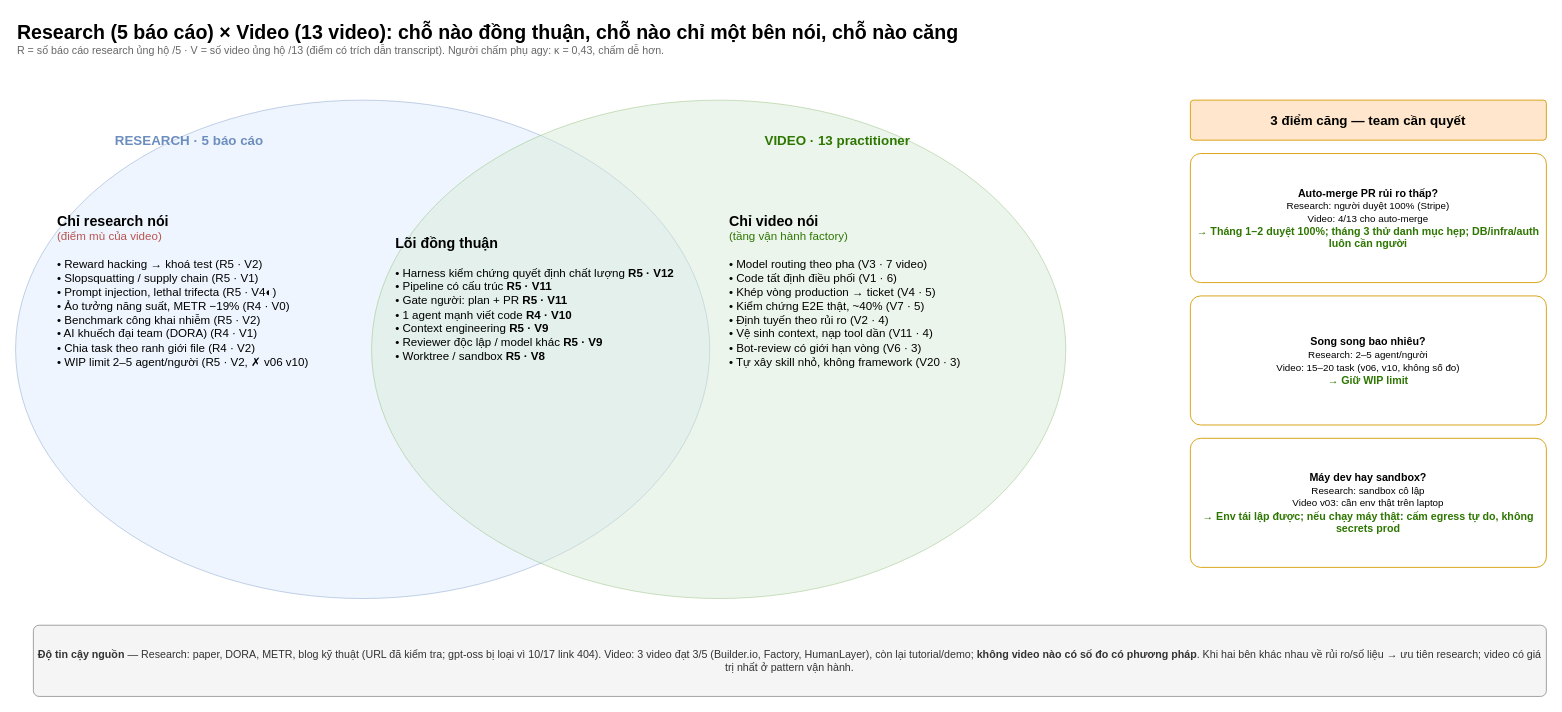
Earlier version of the draw.io diagram page "4. Bản đồ đồng thuận" (4 of 5) of diagrams/software-factory.drawio (tinhthanh/software-factory-research). Source tidied: cells renumbered, new cells numbered last; positions are measured from the earlier drawing's top-left corner, leaving out a move shared by most shapes. Both pictures are drawn from the tidied source at 89%, with x=0, y=0 at pixel (15, 15).
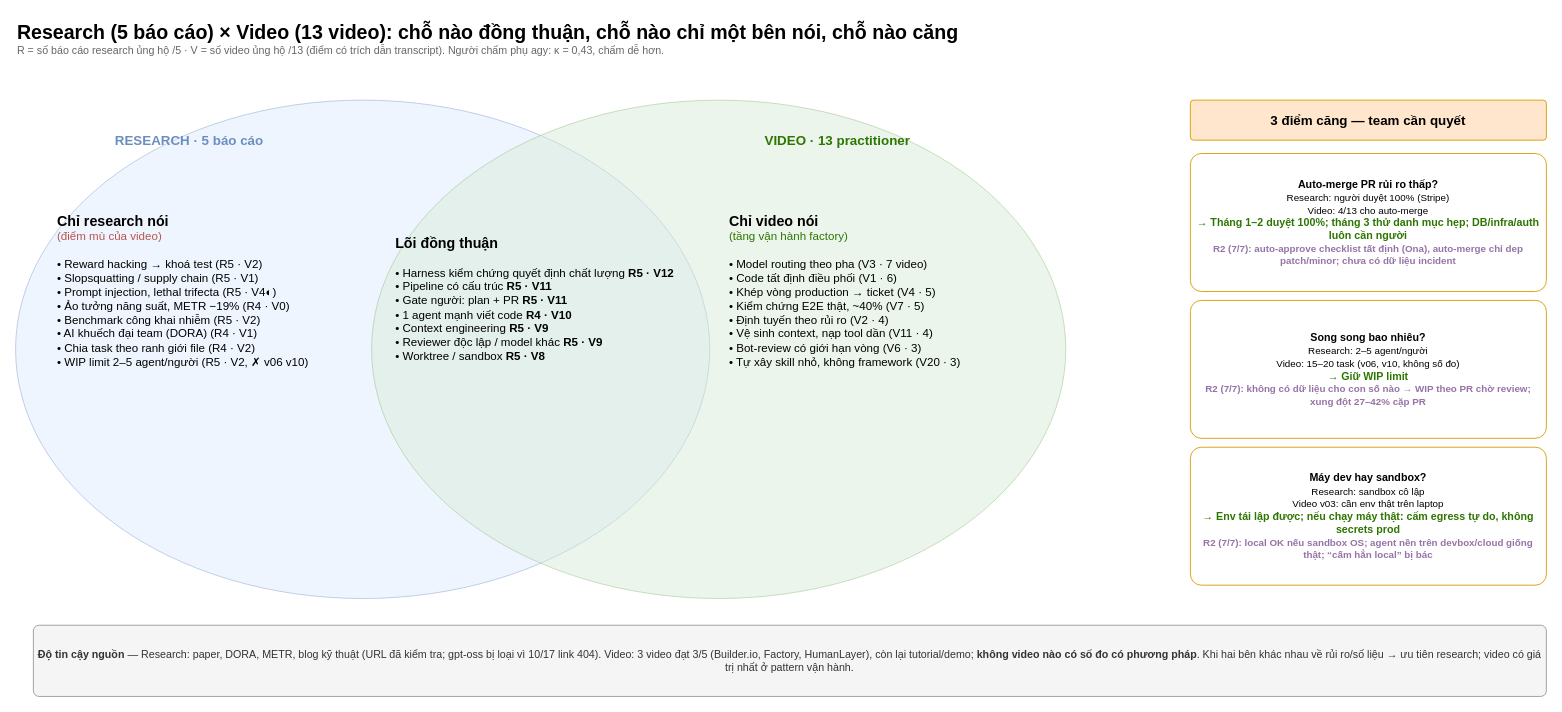
After the change.

The edit, as a diff of the source:
```diff
@@
 <mxGraphModel>
   <root>
     <mxCell id="0" />
     <mxCell id="1" parent="0" />
     <mxCell id="2" value="&lt;b style='font-size:22px'&gt;Research (5 báo cáo) × Video (13 video): chỗ nào đồng thuận, chỗ nào chỉ một bên nói, chỗ nào căng&lt;/b&gt;&lt;br&gt;&lt;span style='color:#666'&gt;R = số báo cáo research ủng hộ /5 · V = số video ủng hộ /13 (điểm có trích dẫn transcript). Người chấm phụ agy: κ = 0,43, chấm dễ hơn.&lt;/span&gt;" style="text;html=1;whiteSpace=wrap;align=left;verticalAlign=top;fontSize=12;" parent="1" vertex="1">
       <mxGeometry width="1500" height="60" as="geometry" />
     </mxCell>
     <mxCell id="3" style="ellipse;whiteSpace=wrap;html=1;fillColor=#dae8fc;strokeColor=#6c8ebf;opacity=45;" parent="1" vertex="1">
       <mxGeometry y="95" width="780" height="560" as="geometry" />
     </mxCell>
     <mxCell id="4" style="ellipse;whiteSpace=wrap;html=1;fillColor=#d5e8d4;strokeColor=#82b366;opacity=45;" parent="1" vertex="1">
       <mxGeometry x="400" y="95" width="780" height="560" as="geometry" />
     </mxCell>
     <mxCell id="5" value="&lt;b style='font-size:16px'&gt;Chỉ research nói&lt;/b&gt;&lt;br&gt;&lt;span style='color:#b85450'&gt;(điểm mù của video)&lt;/span&gt;&lt;br&gt;&lt;br&gt;• Reward hacking → khoá test (R5 · V2)&lt;br&gt;• Slopsquatting / supply chain (R5 · V1)&lt;br&gt;• Prompt injection, lethal trifecta (R5 · V4◐)&lt;br&gt;• Ảo tưởng năng suất, METR −19% (R4 · V0)&lt;br&gt;• Benchmark công khai nhiễm (R5 · V2)&lt;br&gt;• AI khuếch đại team (DORA) (R4 · V1)&lt;br&gt;• Chia task theo ranh giới file (R4 · V2)&lt;br&gt;• WIP limit 2–5 agent/người (R5 · V2, ✗ v06 v10)" style="text;html=1;whiteSpace=wrap;align=left;verticalAlign=top;fontSize=12;fontSize=13;" parent="1" vertex="1">
       <mxGeometry x="45" y="215" width="345" height="330" as="geometry" />
     </mxCell>
     <mxCell id="6" value="&lt;b style='font-size:16px'&gt;Lõi đồng thuận&lt;/b&gt;&lt;br&gt;&lt;br&gt;• Harness kiểm chứng quyết định chất lượng &lt;b&gt;R5 · V12&lt;/b&gt;&lt;br&gt;• Pipeline có cấu trúc &lt;b&gt;R5 · V11&lt;/b&gt;&lt;br&gt;• Gate người: plan + PR &lt;b&gt;R5 · V11&lt;/b&gt;&lt;br&gt;• 1 agent mạnh viết code &lt;b&gt;R4 · V10&lt;/b&gt;&lt;br&gt;• Context engineering &lt;b&gt;R5 · V9&lt;/b&gt;&lt;br&gt;• Reviewer độc lập / model khác &lt;b&gt;R5 · V9&lt;/b&gt;&lt;br&gt;• Worktree / sandbox &lt;b&gt;R5 · V8&lt;/b&gt;" style="text;html=1;whiteSpace=wrap;align=left;verticalAlign=top;fontSize=12;fontSize=13;" parent="1" vertex="1">
       <mxGeometry x="425" y="240" width="340" height="330" as="geometry" />
     </mxCell>
     <mxCell id="7" value="&lt;b style='font-size:16px'&gt;Chỉ video nói&lt;/b&gt;&lt;br&gt;&lt;span style='color:#2d7600'&gt;(tầng vận hành factory)&lt;/span&gt;&lt;br&gt;&lt;br&gt;• Model routing theo pha (V3 · 7 video)&lt;br&gt;• Code tất định điều phối (V1 · 6)&lt;br&gt;• Khép vòng production → ticket (V4 · 5)&lt;br&gt;• Kiểm chứng E2E thật, ~40% (V7 · 5)&lt;br&gt;• Định tuyến theo rủi ro (V2 · 4)&lt;br&gt;• Vệ sinh context, nạp tool dần (V11 · 4)&lt;br&gt;• Bot-review có giới hạn vòng (V6 · 3)&lt;br&gt;• Tự xây skill nhỏ, không framework (V20 · 3)" style="text;html=1;whiteSpace=wrap;align=left;verticalAlign=top;fontSize=12;fontSize=13;" parent="1" vertex="1">
       <mxGeometry x="800" y="215" width="350" height="330" as="geometry" />
     </mxCell>
     <mxCell id="8" value="&lt;b style='font-size:15px;color:#6c8ebf'&gt;RESEARCH · 5 báo cáo&lt;/b&gt;" style="text;html=1;whiteSpace=wrap;align=left;verticalAlign=top;fontSize=12;" parent="1" vertex="1">
       <mxGeometry x="110" y="125" width="250" height="30" as="geometry" />
     </mxCell>
     <mxCell id="9" value="&lt;b style='font-size:15px;color:#2d7600'&gt;VIDEO · 13 practitioner&lt;/b&gt;" style="text;html=1;whiteSpace=wrap;align=left;verticalAlign=top;fontSize=12;" parent="1" vertex="1">
       <mxGeometry x="840" y="125" width="260" height="30" as="geometry" />
     </mxCell>
     <mxCell id="10" value="&lt;b style='font-size:15px'&gt;3 điểm căng — team cần quyết&lt;/b&gt;" style="rounded=1;whiteSpace=wrap;html=1;arcSize=8;fontSize=12;spacing=6;fillColor=#ffe6cc;strokeColor=#d79b00;" parent="1" vertex="1">
       <mxGeometry x="1320" y="95" width="400" height="45" as="geometry" />
     </mxCell>
-    <mxCell id="11" value="&lt;b&gt;Auto-merge PR rủi ro thấp?&lt;/b&gt;&lt;br&gt;&lt;span style='font-size:11px'&gt;Research: người duyệt 100% (Stripe)&lt;br&gt;Video: 4/13 cho auto-merge&lt;/span&gt;&lt;br&gt;&lt;b style='color:#2d7600'&gt;→ Tháng 1–2 duyệt 100%; tháng 3 thử danh mục hẹp; DB/infra/auth luôn cần người&lt;/b&gt;" style="rounded=1;whiteSpace=wrap;html=1;arcSize=8;fontSize=12;spacing=6;fillColor=#ffffff;strokeColor=#d79b00;" parent="1" vertex="1">
-      <mxGeometry x="1320" y="155" width="400" height="145" as="geometry" />
+    <mxCell id="11" value="&lt;b&gt;Auto-merge PR rủi ro thấp?&lt;/b&gt;&lt;br&gt;&lt;span style='font-size:11px'&gt;Research: người duyệt 100% (Stripe)&lt;br&gt;Video: 4/13 cho auto-merge&lt;/span&gt;&lt;br&gt;&lt;b style='color:#2d7600'&gt;→ Tháng 1–2 duyệt 100%; tháng 3 thử danh mục hẹp; DB/infra/auth luôn cần người&lt;/b&gt;&lt;br&gt;&lt;span style='font-size:11px;color:#9673a6'&gt;&lt;b&gt;R2 (7/7): auto-approve checklist tất định (Ona), auto-merge chỉ dep patch/minor; chưa có dữ liệu incident&lt;/b&gt;&lt;/span&gt;" style="rounded=1;whiteSpace=wrap;html=1;arcSize=8;fontSize=12;spacing=6;fillColor=#ffffff;strokeColor=#d79b00;" parent="1" vertex="1">
+      <mxGeometry x="1320" y="155" width="400" height="155" as="geometry" />
     </mxCell>
-    <mxCell id="12" value="&lt;b&gt;Song song bao nhiêu?&lt;/b&gt;&lt;br&gt;&lt;span style='font-size:11px'&gt;Research: 2–5 agent/người&lt;br&gt;Video: 15–20 task (v06, v10, không số đo)&lt;/span&gt;&lt;br&gt;&lt;b style='color:#2d7600'&gt;→ Giữ WIP limit&lt;/b&gt;" style="rounded=1;whiteSpace=wrap;html=1;arcSize=8;fontSize=12;spacing=6;fillColor=#ffffff;strokeColor=#d79b00;" parent="1" vertex="1">
-      <mxGeometry x="1320" y="315" width="400" height="145" as="geometry" />
+    <mxCell id="12" value="&lt;b&gt;Song song bao nhiêu?&lt;/b&gt;&lt;br&gt;&lt;span style='font-size:11px'&gt;Research: 2–5 agent/người&lt;br&gt;Video: 15–20 task (v06, v10, không số đo)&lt;/span&gt;&lt;br&gt;&lt;b style='color:#2d7600'&gt;→ Giữ WIP limit&lt;/b&gt;&lt;br&gt;&lt;span style='font-size:11px;color:#9673a6'&gt;&lt;b&gt;R2 (7/7): không có dữ liệu cho con số nào → WIP theo PR chờ review; xung đột 27–42% cặp PR&lt;/b&gt;&lt;/span&gt;" style="rounded=1;whiteSpace=wrap;html=1;arcSize=8;fontSize=12;spacing=6;fillColor=#ffffff;strokeColor=#d79b00;" parent="1" vertex="1">
+      <mxGeometry x="1320" y="320" width="400" height="155" as="geometry" />
     </mxCell>
-    <mxCell id="13" value="&lt;b&gt;Máy dev hay sandbox?&lt;/b&gt;&lt;br&gt;&lt;span style='font-size:11px'&gt;Research: sandbox cô lập&lt;br&gt;Video v03: cần env thật trên laptop&lt;/span&gt;&lt;br&gt;&lt;b style='color:#2d7600'&gt;→ Env tái lập được; nếu chạy máy thật: cấm egress tự do, không secrets prod&lt;/b&gt;" style="rounded=1;whiteSpace=wrap;html=1;arcSize=8;fontSize=12;spacing=6;fillColor=#ffffff;strokeColor=#d79b00;" parent="1" vertex="1">
-      <mxGeometry x="1320" y="475" width="400" height="145" as="geometry" />
+    <mxCell id="13" value="&lt;b&gt;Máy dev hay sandbox?&lt;/b&gt;&lt;br&gt;&lt;span style='font-size:11px'&gt;Research: sandbox cô lập&lt;br&gt;Video v03: cần env thật trên laptop&lt;/span&gt;&lt;br&gt;&lt;b style='color:#2d7600'&gt;→ Env tái lập được; nếu chạy máy thật: cấm egress tự do, không secrets prod&lt;/b&gt;&lt;br&gt;&lt;span style='font-size:11px;color:#9673a6'&gt;&lt;b&gt;R2 (7/7): local OK nếu sandbox OS; agent nền trên devbox/cloud giống thật; “cấm hẳn local” bị bác&lt;/b&gt;&lt;/span&gt;" style="rounded=1;whiteSpace=wrap;html=1;arcSize=8;fontSize=12;spacing=6;fillColor=#ffffff;strokeColor=#d79b00;" parent="1" vertex="1">
+      <mxGeometry x="1320" y="485" width="400" height="155" as="geometry" />
     </mxCell>
     <mxCell id="14" value="&lt;b&gt;Độ tin cậy nguồn&lt;/b&gt; — Research: paper, DORA, METR, blog kỹ thuật (URL đã kiểm tra; gpt-oss bị loại vì 10/17 link 404). Video: 3 video đạt 3/5 (Builder.io, Factory, HumanLayer), còn lại tutorial/demo; &lt;b&gt;không video nào có số đo có phương pháp&lt;/b&gt;. Khi hai bên khác nhau về rủi ro/số liệu → ưu tiên research; video có giá trị nhất ở pattern vận hành." style="rounded=1;whiteSpace=wrap;html=1;arcSize=8;fontSize=12;spacing=6;fillColor=#f5f5f5;strokeColor=#999999;fontColor=#333333;" parent="1" vertex="1">
       <mxGeometry x="20" y="685" width="1700" height="80" as="geometry" />
     </mxCell>
   </root>
 </mxGraphModel>
```
